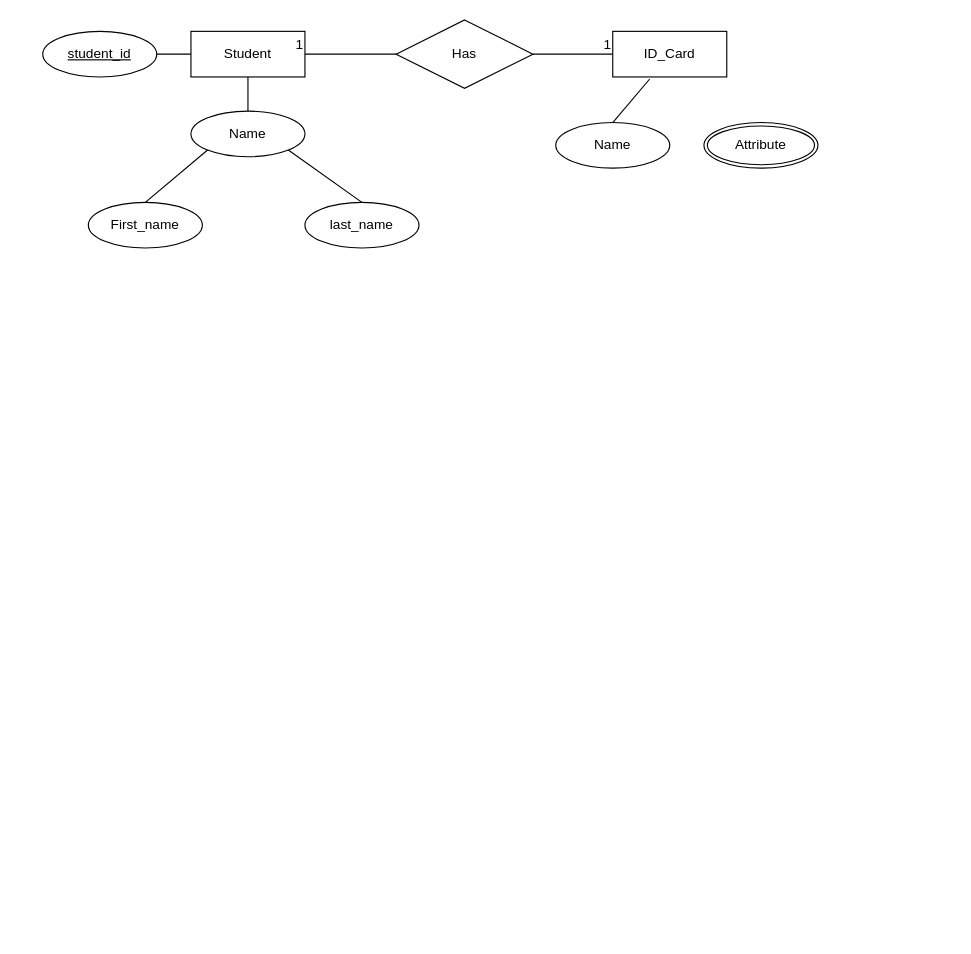
Az1mzhan/DBMS keeps this draw.io diagram as PracticeW1L2T2.drawio. Above is the earlier version. Source tidied: cells renumbered, new cells numbered last; positions are measured from the earlier drawing's top-left corner, leaving out a move shared by most shapes. Both pictures are drawn from the tidied source at 114%, with x=0, y=0 at pixel (42, 19).
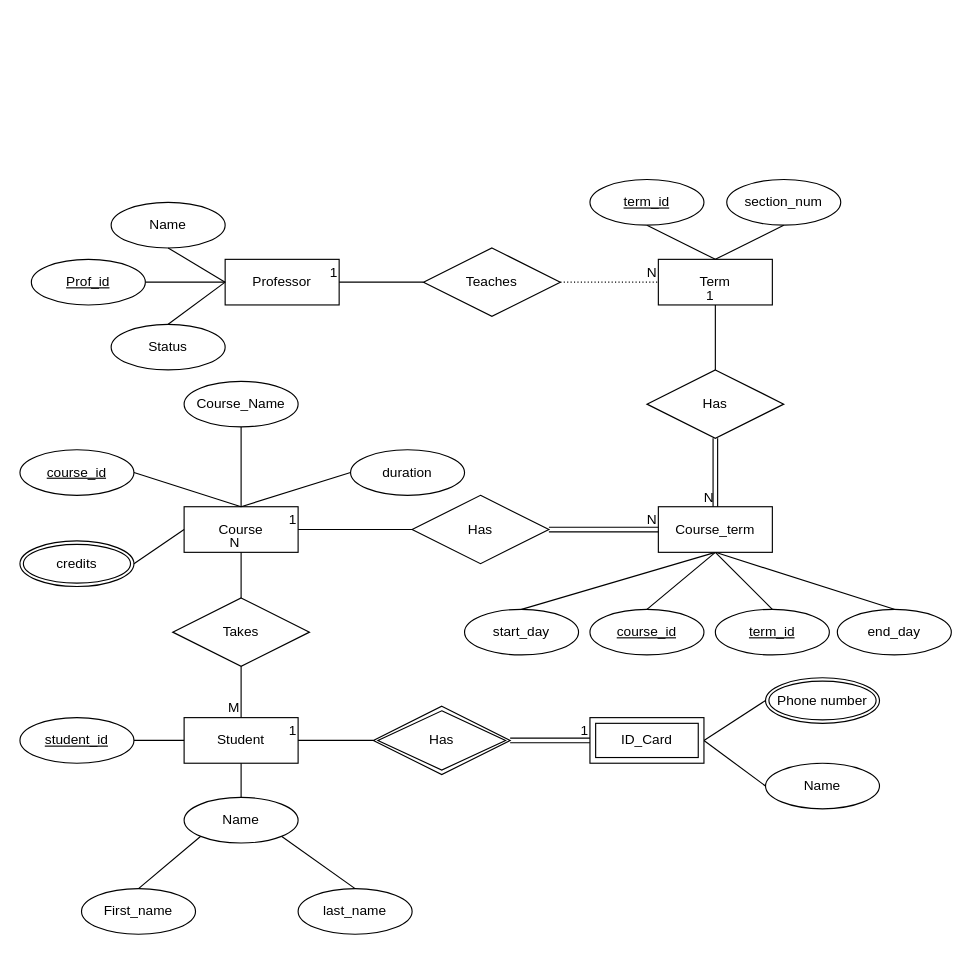
After the change.

The edit, as a diff of the source:
```diff
@@
     <mxCell id="2" value="Student" style="whiteSpace=wrap;html=1;align=center;" parent="1" vertex="1">
-      <mxGeometry x="130" y="10" width="100" height="40" as="geometry" />
+      <mxGeometry x="124" y="612" width="100" height="40" as="geometry" />
     </mxCell>
-    <mxCell id="3" style="endArrow=none;html=1;rounded=0;" parent="1" edge="1">
+    <mxCell id="3" style="endArrow=none;html=1;rounded=0;exitX=1;exitY=0.5;exitDx=0;exitDy=0;" parent="1" edge="1" source="4">
       <mxGeometry relative="1" as="geometry">
-        <mxPoint x="100" y="30" as="sourcePoint" />
-        <mxPoint x="130" y="30" as="targetPoint" />
+        <mxPoint x="124" y="632" as="targetPoint" />
       </mxGeometry>
     </mxCell>
     <mxCell id="4" value="student_id" style="ellipse;whiteSpace=wrap;html=1;align=center;fontStyle=4;" parent="1" vertex="1">
-      <mxGeometry y="10" width="100" height="40" as="geometry" />
+      <mxGeometry x="-20" y="612" width="100" height="40" as="geometry" />
     </mxCell>
     <mxCell id="5" style="endArrow=none;html=1;rounded=0;entryX=0.5;entryY=0;entryDx=0;entryDy=0;exitX=0.5;exitY=1;exitDx=0;exitDy=0;" parent="1" edge="1" source="2">
       <mxGeometry relative="1" as="geometry">
-        <mxPoint x="180" y="80" as="targetPoint" />
+        <mxPoint x="174" y="682" as="targetPoint" />
       </mxGeometry>
     </mxCell>
     <mxCell id="6" value="last_name" style="ellipse;whiteSpace=wrap;html=1;align=center;" parent="1" vertex="1">
-      <mxGeometry x="230" y="160" width="100" height="40" as="geometry" />
+      <mxGeometry x="224" y="762" width="100" height="40" as="geometry" />
     </mxCell>
     <mxCell id="7" value="First_name" style="ellipse;whiteSpace=wrap;html=1;align=center;" parent="1" vertex="1">
-      <mxGeometry x="40" y="160" width="100" height="40" as="geometry" />
+      <mxGeometry x="34" y="762" width="100" height="40" as="geometry" />
     </mxCell>
     <mxCell id="8" style="endArrow=none;html=1;rounded=0;entryX=0;entryY=1;entryDx=0;entryDy=0;exitX=0.5;exitY=0;exitDx=0;exitDy=0;" parent="1" edge="1" source="7">
       <mxGeometry relative="1" as="geometry">
-        <mxPoint x="144.6" y="114.1" as="targetPoint" />
+        <mxPoint x="138.6" y="716.1" as="targetPoint" />
       </mxGeometry>
     </mxCell>
     <mxCell id="9" style="endArrow=none;html=1;rounded=0;entryX=0.5;entryY=0;entryDx=0;entryDy=0;exitX=1;exitY=1;exitDx=0;exitDy=0;" parent="1" edge="1" target="6">
       <mxGeometry relative="1" as="geometry">
-        <mxPoint x="215.4" y="114.1" as="sourcePoint" />
+        <mxPoint x="209.4" y="716.1" as="sourcePoint" />
       </mxGeometry>
     </mxCell>
-    <mxCell id="10" value="Has" style="shape=rhombus;perimeter=rhombusPerimeter;whiteSpace=wrap;html=1;align=center;" parent="1" vertex="1">
-      <mxGeometry x="310" width="120" height="60" as="geometry" />
-    </mxCell>
     <mxCell id="11" value="Name" style="ellipse;whiteSpace=wrap;html=1;align=center;" parent="1" vertex="1">
-      <mxGeometry x="130" y="80" width="100" height="40" as="geometry" />
+      <mxGeometry x="124" y="682" width="100" height="40" as="geometry" />
     </mxCell>
-    <mxCell id="12" style="endArrow=none;html=1;rounded=0;entryX=1;entryY=0.5;entryDx=0;entryDy=0;exitX=0;exitY=0.5;exitDx=0;exitDy=0;" parent="1" edge="1" source="10" target="2">
-      <mxGeometry relative="1" as="geometry" />
-    </mxCell>
-    <mxCell id="13" value="1" style="html=1;whiteSpace=wrap;align=right;verticalAlign=bottom;" parent="12" vertex="1">
-      <mxGeometry x="1" relative="1" as="geometry" />
-    </mxCell>
-    <mxCell id="14" style="endArrow=none;html=1;rounded=0;exitX=1;exitY=0.5;exitDx=0;exitDy=0;" parent="1" edge="1" source="10" target="16">
-      <mxGeometry relative="1" as="geometry" />
-    </mxCell>
-    <mxCell id="15" value="1" style="html=1;whiteSpace=wrap;align=right;verticalAlign=bottom;" parent="14" vertex="1">
-      <mxGeometry x="1" relative="1" as="geometry" />
-    </mxCell>
-    <mxCell id="16" value="ID_Card" style="whiteSpace=wrap;html=1;align=center;" parent="1" vertex="1">
-      <mxGeometry x="500" y="10" width="100" height="40" as="geometry" />
-    </mxCell>
-    <mxCell id="17" style="endArrow=none;html=1;rounded=0;entryX=0.324;entryY=1.045;entryDx=0;entryDy=0;entryPerimeter=0;" parent="1" edge="1" target="16">
-      <mxGeometry relative="1" as="geometry">
-        <mxPoint x="500" y="90" as="sourcePoint" />
-      </mxGeometry>
+    <mxCell id="17" style="endArrow=none;html=1;rounded=0;entryX=1;entryY=0.5;entryDx=0;entryDy=0;exitX=0;exitY=0.5;exitDx=0;exitDy=0;" parent="1" edge="1" source="18" target="16">
+      <mxGeometry relative="1" as="geometry" />
     </mxCell>
     <mxCell id="18" value="Name" style="ellipse;whiteSpace=wrap;html=1;align=center;" parent="1" vertex="1">
-      <mxGeometry x="450" y="90" width="100" height="40" as="geometry" />
+      <mxGeometry x="634" y="652" width="100" height="40" as="geometry" />
     </mxCell>
-    <mxCell id="19" value="Attribute" style="ellipse;shape=doubleEllipse;margin=3;whiteSpace=wrap;html=1;align=center;" parent="1" vertex="1">
-      <mxGeometry x="580" y="90" width="100" height="40" as="geometry" />
+    <mxCell id="19" value="Phone number" style="ellipse;shape=doubleEllipse;margin=3;whiteSpace=wrap;html=1;align=center;" parent="1" vertex="1">
+      <mxGeometry x="634" y="577" width="100" height="40" as="geometry" />
     </mxCell>
+    <mxCell id="20" style="endArrow=none;html=1;rounded=0;entryX=0;entryY=0.5;entryDx=0;entryDy=0;exitX=1;exitY=0.5;exitDx=0;exitDy=0;" parent="1" edge="1" source="16" target="19">
+      <mxGeometry relative="1" as="geometry" />
+    </mxCell>
+    <mxCell id="21" value="Course" style="whiteSpace=wrap;html=1;align=center;" parent="1" vertex="1">
+      <mxGeometry x="124" y="427" width="100" height="40" as="geometry" />
+    </mxCell>
+    <mxCell id="22" style="shape=link;html=1;rounded=0;entryX=0;entryY=0.5;entryDx=0;entryDy=0;exitX=1;exitY=0.5;exitDx=0;exitDy=0;" parent="1" edge="1" source="33" target="16">
+      <mxGeometry relative="1" as="geometry" />
+    </mxCell>
+    <mxCell id="23" value="1" style="html=1;whiteSpace=wrap;align=right;verticalAlign=bottom;" parent="22" vertex="1">
+      <mxGeometry x="1" relative="1" as="geometry" />
+    </mxCell>
+    <mxCell id="24" value="Takes" style="shape=rhombus;perimeter=rhombusPerimeter;whiteSpace=wrap;html=1;align=center;" parent="1" vertex="1">
+      <mxGeometry x="114" y="507" width="120" height="60" as="geometry" />
+    </mxCell>
+    <mxCell id="25" value="course_id" style="ellipse;whiteSpace=wrap;html=1;align=center;fontStyle=4;" parent="1" vertex="1">
+      <mxGeometry x="-20" y="377" width="100" height="40" as="geometry" />
+    </mxCell>
+    <mxCell id="26" value="Course_Name" style="ellipse;whiteSpace=wrap;html=1;align=center;" parent="1" vertex="1">
+      <mxGeometry x="124" y="317" width="100" height="40" as="geometry" />
+    </mxCell>
+    <mxCell id="27" value="duration" style="ellipse;whiteSpace=wrap;html=1;align=center;" parent="1" vertex="1">
+      <mxGeometry x="270" y="377" width="100" height="40" as="geometry" />
+    </mxCell>
+    <mxCell id="28" value="credits" style="ellipse;shape=doubleEllipse;margin=3;whiteSpace=wrap;html=1;align=center;" parent="1" vertex="1">
+      <mxGeometry x="-20" y="457" width="100" height="40" as="geometry" />
+    </mxCell>
+    <mxCell id="29" style="endArrow=none;html=1;rounded=0;entryX=0;entryY=0.5;entryDx=0;entryDy=0;exitX=0.5;exitY=0;exitDx=0;exitDy=0;" parent="1" edge="1" source="21" target="27">
+      <mxGeometry relative="1" as="geometry" />
+    </mxCell>
+    <mxCell id="30" style="endArrow=none;html=1;rounded=0;entryX=0.5;entryY=1;entryDx=0;entryDy=0;exitX=0.5;exitY=0;exitDx=0;exitDy=0;" parent="1" edge="1" source="21" target="26">
+      <mxGeometry relative="1" as="geometry" />
+    </mxCell>
+    <mxCell id="31" style="endArrow=none;html=1;rounded=0;entryX=1;entryY=0.5;entryDx=0;entryDy=0;exitX=0.5;exitY=0;exitDx=0;exitDy=0;" parent="1" edge="1" source="21" target="25">
+      <mxGeometry relative="1" as="geometry" />
+    </mxCell>
+    <mxCell id="32" style="endArrow=none;html=1;rounded=0;entryX=0;entryY=0.5;entryDx=0;entryDy=0;exitX=1;exitY=0.5;exitDx=0;exitDy=0;" parent="1" edge="1" source="28" target="21">
+      <mxGeometry relative="1" as="geometry" />
+    </mxCell>
+    <mxCell id="16" value="ID_Card" style="shape=ext;margin=3;double=1;whiteSpace=wrap;html=1;align=center;" parent="1" vertex="1">
+      <mxGeometry x="480" y="612" width="100" height="40" as="geometry" />
+    </mxCell>
+    <mxCell id="33" value="Has" style="shape=rhombus;double=1;perimeter=rhombusPerimeter;whiteSpace=wrap;html=1;align=center;" parent="1" vertex="1">
+      <mxGeometry x="290" y="602" width="120" height="60" as="geometry" />
+    </mxCell>
+    <mxCell id="34" style="endArrow=none;html=1;rounded=0;exitX=0.5;exitY=1;exitDx=0;exitDy=0;entryX=0.5;entryY=0;entryDx=0;entryDy=0;" parent="1" edge="1" source="24" target="2">
+      <mxGeometry relative="1" as="geometry" />
+    </mxCell>
+    <mxCell id="35" value="M" style="html=1;whiteSpace=wrap;align=right;verticalAlign=bottom;" parent="34" vertex="1">
+      <mxGeometry x="1" relative="1" as="geometry" />
+    </mxCell>
+    <mxCell id="36" style="endArrow=none;html=1;rounded=0;entryX=1;entryY=0.5;entryDx=0;entryDy=0;exitX=0;exitY=0.5;exitDx=0;exitDy=0;" parent="1" edge="1" source="33" target="2">
+      <mxGeometry relative="1" as="geometry" />
+    </mxCell>
+    <mxCell id="37" value="1" style="html=1;whiteSpace=wrap;align=right;verticalAlign=bottom;" parent="36" vertex="1">
+      <mxGeometry x="1" relative="1" as="geometry" />
+    </mxCell>
+    <mxCell id="38" style="endArrow=none;html=1;rounded=0;entryX=0.5;entryY=1;entryDx=0;entryDy=0;exitX=0.5;exitY=0;exitDx=0;exitDy=0;" parent="1" edge="1" source="24" target="21">
+      <mxGeometry relative="1" as="geometry" />
+    </mxCell>
+    <mxCell id="39" value="N" style="html=1;whiteSpace=wrap;align=right;verticalAlign=bottom;" parent="38" vertex="1">
+      <mxGeometry x="1" relative="1" as="geometry" />
+    </mxCell>
+    <mxCell id="40" style="endArrow=none;html=1;rounded=0;entryX=0.5;entryY=1;entryDx=0;entryDy=0;exitX=0.5;exitY=0;exitDx=0;exitDy=0;" parent="1" edge="1" source="41" target="49">
+      <mxGeometry relative="1" as="geometry" />
+    </mxCell>
+    <mxCell id="41" value="course_id" style="ellipse;whiteSpace=wrap;html=1;align=center;fontStyle=4;" parent="1" vertex="1">
+      <mxGeometry x="480" y="517" width="100" height="40" as="geometry" />
+    </mxCell>
+    <mxCell id="42" style="endArrow=none;html=1;rounded=0;entryX=0.5;entryY=1;entryDx=0;entryDy=0;exitX=0.5;exitY=0;exitDx=0;exitDy=0;" parent="1" edge="1" source="43" target="49">
+      <mxGeometry relative="1" as="geometry" />
+    </mxCell>
+    <mxCell id="43" value="term_id" style="ellipse;whiteSpace=wrap;html=1;align=center;fontStyle=4;" parent="1" vertex="1">
+      <mxGeometry x="590" y="517" width="100" height="40" as="geometry" />
+    </mxCell>
+    <mxCell id="44" value="start_day" style="ellipse;whiteSpace=wrap;html=1;align=center;" parent="1" vertex="1">
+      <mxGeometry x="370" y="517" width="100" height="40" as="geometry" />
+    </mxCell>
+    <mxCell id="45" style="endArrow=none;html=1;rounded=0;entryX=0.5;entryY=1;entryDx=0;entryDy=0;exitX=0.5;exitY=0;exitDx=0;exitDy=0;" parent="1" edge="1" source="44" target="49">
+      <mxGeometry relative="1" as="geometry" />
+    </mxCell>
+    <mxCell id="46" style="endArrow=none;html=1;rounded=0;entryX=0.5;entryY=1;entryDx=0;entryDy=0;exitX=0.5;exitY=0;exitDx=0;exitDy=0;" parent="1" edge="1" source="47" target="49">
+      <mxGeometry relative="1" as="geometry" />
+    </mxCell>
+    <mxCell id="47" value="end_day" style="ellipse;whiteSpace=wrap;html=1;align=center;" parent="1" vertex="1">
+      <mxGeometry x="697" y="517" width="100" height="40" as="geometry" />
+    </mxCell>
+    <mxCell id="48" value="Has" style="shape=rhombus;perimeter=rhombusPerimeter;whiteSpace=wrap;html=1;align=center;" parent="1" vertex="1">
+      <mxGeometry x="324" y="417" width="120" height="60" as="geometry" />
+    </mxCell>
+    <mxCell id="49" value="Course_term" style="whiteSpace=wrap;html=1;align=center;" parent="1" vertex="1">
+      <mxGeometry x="540" y="427" width="100" height="40" as="geometry" />
+    </mxCell>
+    <mxCell id="50" style="shape=link;html=1;rounded=0;entryX=0;entryY=0.5;entryDx=0;entryDy=0;exitX=1;exitY=0.5;exitDx=0;exitDy=0;" parent="1" edge="1" source="48" target="49">
+      <mxGeometry relative="1" as="geometry" />
+    </mxCell>
+    <mxCell id="51" value="N" style="html=1;whiteSpace=wrap;align=right;verticalAlign=bottom;" parent="50" vertex="1">
+      <mxGeometry x="1" relative="1" as="geometry" />
+    </mxCell>
+    <mxCell id="52" style="endArrow=none;html=1;rounded=0;entryX=1;entryY=0.5;entryDx=0;entryDy=0;exitX=0;exitY=0.5;exitDx=0;exitDy=0;" parent="1" edge="1" source="48" target="21">
+      <mxGeometry relative="1" as="geometry" />
+    </mxCell>
+    <mxCell id="53" value="1" style="html=1;whiteSpace=wrap;align=right;verticalAlign=bottom;" parent="52" vertex="1">
+      <mxGeometry x="1" relative="1" as="geometry" />
+    </mxCell>
+    <mxCell id="54" value="Term" style="whiteSpace=wrap;html=1;align=center;" parent="1" vertex="1">
+      <mxGeometry x="540" y="210" width="100" height="40" as="geometry" />
+    </mxCell>
+    <mxCell id="55" style="endArrow=none;html=1;rounded=0;entryX=0.5;entryY=0;entryDx=0;entryDy=0;exitX=0.5;exitY=1;exitDx=0;exitDy=0;" parent="1" edge="1" source="57" target="54">
+      <mxGeometry relative="1" as="geometry" />
+    </mxCell>
+    <mxCell id="56" value="section_num" style="ellipse;whiteSpace=wrap;html=1;align=center;" parent="1" vertex="1">
+      <mxGeometry x="600" y="140" width="100" height="40" as="geometry" />
+    </mxCell>
+    <mxCell id="57" value="term_id" style="ellipse;whiteSpace=wrap;html=1;align=center;fontStyle=4;" parent="1" vertex="1">
+      <mxGeometry x="480" y="140" width="100" height="40" as="geometry" />
+    </mxCell>
+    <mxCell id="58" style="endArrow=none;html=1;rounded=0;exitX=0.5;exitY=1;exitDx=0;exitDy=0;entryX=0.5;entryY=0;entryDx=0;entryDy=0;" parent="1" edge="1" source="56" target="54">
+      <mxGeometry relative="1" as="geometry" />
+    </mxCell>
+    <mxCell id="59" value="Has" style="shape=rhombus;perimeter=rhombusPerimeter;whiteSpace=wrap;html=1;align=center;" parent="1" vertex="1">
+      <mxGeometry x="530" y="307" width="120" height="60" as="geometry" />
+    </mxCell>
+    <mxCell id="60" style="endArrow=none;html=1;rounded=0;entryX=0.5;entryY=1;entryDx=0;entryDy=0;exitX=0.5;exitY=0;exitDx=0;exitDy=0;" parent="1" edge="1" source="59" target="54">
+      <mxGeometry relative="1" as="geometry" />
+    </mxCell>
+    <mxCell id="61" value="1" style="html=1;whiteSpace=wrap;align=right;verticalAlign=bottom;" parent="60" vertex="1">
+      <mxGeometry x="1" relative="1" as="geometry" />
+    </mxCell>
+    <mxCell id="62" style="shape=link;html=1;rounded=0;entryX=0.5;entryY=0;entryDx=0;entryDy=0;exitX=0.5;exitY=1;exitDx=0;exitDy=0;" parent="1" edge="1" source="59" target="49">
+      <mxGeometry relative="1" as="geometry" />
+    </mxCell>
+    <mxCell id="63" value="N" style="html=1;whiteSpace=wrap;align=right;verticalAlign=bottom;" parent="62" vertex="1">
+      <mxGeometry x="1" relative="1" as="geometry" />
+    </mxCell>
+    <mxCell id="64" value="Professor" style="whiteSpace=wrap;html=1;align=center;" parent="1" vertex="1">
+      <mxGeometry x="160" y="210" width="100" height="40" as="geometry" />
+    </mxCell>
+    <mxCell id="65" value="Name" style="ellipse;whiteSpace=wrap;html=1;align=center;" parent="1" vertex="1">
+      <mxGeometry x="60" y="160" width="100" height="40" as="geometry" />
+    </mxCell>
+    <mxCell id="66" value="Status" style="ellipse;whiteSpace=wrap;html=1;align=center;" parent="1" vertex="1">
+      <mxGeometry x="60" y="267" width="100" height="40" as="geometry" />
+    </mxCell>
+    <mxCell id="67" style="endArrow=none;html=1;rounded=0;entryX=0;entryY=0.5;entryDx=0;entryDy=0;exitX=0.5;exitY=0;exitDx=0;exitDy=0;" parent="1" edge="1" source="66" target="64">
+      <mxGeometry relative="1" as="geometry" />
+    </mxCell>
+    <mxCell id="68" style="endArrow=none;html=1;rounded=0;exitX=0.5;exitY=1;exitDx=0;exitDy=0;entryX=0;entryY=0.5;entryDx=0;entryDy=0;" parent="1" edge="1" source="65" target="64">
+      <mxGeometry relative="1" as="geometry" />
+    </mxCell>
+    <mxCell id="69" style="endArrow=none;html=1;rounded=0;entryX=0;entryY=0.5;entryDx=0;entryDy=0;exitX=1;exitY=0.5;exitDx=0;exitDy=0;" parent="1" edge="1" source="70" target="64">
+      <mxGeometry relative="1" as="geometry" />
+    </mxCell>
+    <mxCell id="70" value="Prof_id" style="ellipse;whiteSpace=wrap;html=1;align=center;fontStyle=4;" parent="1" vertex="1">
+      <mxGeometry x="-10" y="210" width="100" height="40" as="geometry" />
+    </mxCell>
+    <mxCell id="71" value="Teaches" style="shape=rhombus;perimeter=rhombusPerimeter;whiteSpace=wrap;html=1;align=center;" parent="1" vertex="1">
+      <mxGeometry x="334" y="200" width="120" height="60" as="geometry" />
+    </mxCell>
+    <mxCell id="72" style="endArrow=none;html=1;rounded=0;entryX=1;entryY=0.5;entryDx=0;entryDy=0;exitX=0;exitY=0.5;exitDx=0;exitDy=0;" parent="1" edge="1" source="71" target="64">
+      <mxGeometry relative="1" as="geometry" />
+    </mxCell>
+    <mxCell id="73" value="1" style="html=1;whiteSpace=wrap;align=right;verticalAlign=bottom;" parent="72" vertex="1">
+      <mxGeometry x="1" relative="1" as="geometry" />
+    </mxCell>
+    <mxCell id="74" style="endArrow=none;html=1;rounded=0;dashed=1;dashPattern=1 2;entryX=0;entryY=0.5;entryDx=0;entryDy=0;exitX=1;exitY=0.5;exitDx=0;exitDy=0;" parent="1" edge="1" source="71" target="54">
+      <mxGeometry relative="1" as="geometry" />
+    </mxCell>
+    <mxCell id="75" value="N" style="html=1;whiteSpace=wrap;align=right;verticalAlign=bottom;" parent="74" vertex="1">
+      <mxGeometry x="1" relative="1" as="geometry" />
+    </mxCell>
```
